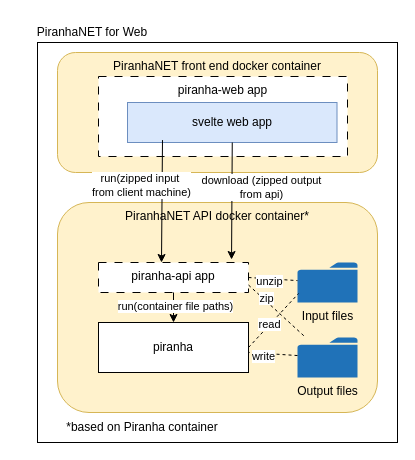
This is diagrams/PiranhaNET Web architecture.drawio.xml from polio-nanopore/piranhaNET, a draw.io file, before an edit. Source tidied: cells renumbered, new cells numbered last; positions are measured from the earlier drawing's top-left corner, leaving out a move shared by most shapes. Both pictures are drawn from the tidied source at 100%, with x=0, y=0 at pixel (17, 17).
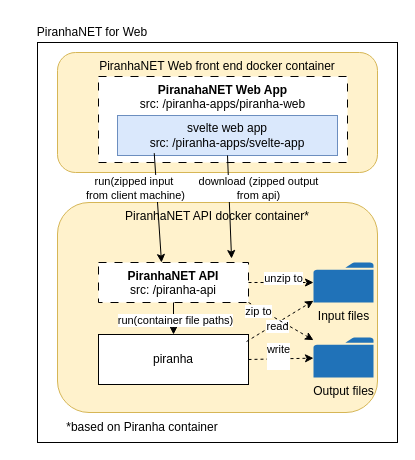
Above is the later version.

Commit message (it also covers changes not shown here):
updates to architecture diagrams and explanation

Unchanged cells that the change refers to:
```xml
<mxCell id="12" style="endArrow=classic;html=1;rounded=0;defaultLabelBackgroundColor=page;exitX=0.5;exitY=1;exitDx=0;exitDy=0;entryX=0.5;entryY=0;entryDx=0;entryDy=0;" parent="1" edge="1" source="8" target="9">
  <mxGeometry relative="1" as="geometry" />
</mxCell>
<mxCell id="22" style="endArrow=classic;html=1;rounded=0;defaultLabelBackgroundColor=page;exitX=0.167;exitY=0.94;exitDx=0;exitDy=0;entryX=0.42;entryY=0;entryDx=0;entryDy=0;entryPerimeter=0;exitPerimeter=0;" parent="1" edge="1" source="7" target="8">
  <mxGeometry relative="1" as="geometry" />
</mxCell>
<mxCell id="24" style="endArrow=classic;html=1;rounded=0;defaultLabelBackgroundColor=page;exitX=0.5;exitY=1;exitDx=0;exitDy=0;entryX=0.887;entryY=-0.1;entryDx=0;entryDy=0;entryPerimeter=0;" parent="1" edge="1" source="7" target="8">
  <mxGeometry relative="1" as="geometry" />
</mxCell>
```

Change to the diagram source:
```diff
@@
-    <mxCell id="4" value="PiranhaNET front end docker container" style="rounded=1;whiteSpace=wrap;html=1;fillColor=#fff2cc;strokeColor=#d6b656;verticalAlign=top;" parent="1" vertex="1">
+    <mxCell id="4" value="PiranhaNET Web front end docker container" style="rounded=1;whiteSpace=wrap;html=1;fillColor=#fff2cc;strokeColor=#d6b656;verticalAlign=top;" parent="1" vertex="1">
       <mxGeometry x="40" y="35" width="320" height="120" as="geometry" />
     </mxCell>
@@
-    <mxCell id="6" value="piranha-web app" style="rounded=0;whiteSpace=wrap;html=1;dashed=1;dashPattern=8 8;verticalAlign=top;" parent="1" vertex="1">
-      <mxGeometry x="81" y="59" width="249" height="80" as="geometry" />
+    <mxCell id="6" value="&lt;div&gt;&lt;b&gt;PiranahaNET Web App&lt;/b&gt;&lt;/div&gt;src: /piranha-apps/piranha-web" style="rounded=0;whiteSpace=wrap;html=1;dashed=1;dashPattern=8 8;verticalAlign=top;" parent="1" vertex="1">
+      <mxGeometry x="81" y="59" width="249" height="86" as="geometry" />
     </mxCell>
-    <mxCell id="7" value="svelte web app" style="rounded=0;whiteSpace=wrap;html=1;fillColor=#dae8fc;strokeColor=#6c8ebf;" parent="1" vertex="1">
-      <mxGeometry x="110" y="85" width="209.5" height="40" as="geometry" />
+    <mxCell id="7" value="&lt;div&gt;svelte web app&lt;/div&gt;&lt;div&gt;src: /piranha-apps/svelte-app&lt;/div&gt;" style="rounded=0;whiteSpace=wrap;html=1;fillColor=#dae8fc;strokeColor=#6c8ebf;" parent="1" vertex="1">
+      <mxGeometry x="100" y="98" width="220" height="40" as="geometry" />
     </mxCell>
-    <mxCell id="8" value="piranha-api app" style="rounded=0;whiteSpace=wrap;html=1;dashed=1;dashPattern=8 8;verticalAlign=top;" parent="1" vertex="1">
-      <mxGeometry x="81" y="245" width="150" height="30" as="geometry" />
+    <mxCell id="8" value="&lt;div&gt;&lt;b&gt;PiranhaNET API&lt;/b&gt;&lt;/div&gt;&lt;div&gt;src: /piranha-api&lt;/div&gt;" style="rounded=0;whiteSpace=wrap;html=1;dashed=1;dashPattern=8 8;verticalAlign=top;" parent="1" vertex="1">
+      <mxGeometry x="81" y="245" width="150" height="40" as="geometry" />
     </mxCell>
     <mxCell id="9" value="piranha" style="rounded=0;whiteSpace=wrap;html=1;" parent="1" vertex="1">
-      <mxGeometry x="81" y="305" width="150" height="50" as="geometry" />
+      <mxGeometry x="81" y="317" width="150" height="50" as="geometry" />
     </mxCell>
     <mxCell id="10" value="Output files" style="sketch=0;shadow=0;dashed=0;html=1;strokeColor=none;labelPosition=center;verticalLabelPosition=bottom;verticalAlign=top;outlineConnect=0;align=center;shape=mxgraph.office.concepts.folder;fillColor=#2072B8;" parent="1" vertex="1">
-      <mxGeometry x="280" y="320" width="60" height="40" as="geometry" />
+      <mxGeometry x="296" y="320" width="60" height="40" as="geometry" />
     </mxCell>
     <mxCell id="11" value="Input files" style="sketch=0;shadow=0;dashed=0;html=1;strokeColor=none;labelPosition=center;verticalLabelPosition=bottom;verticalAlign=top;outlineConnect=0;align=center;shape=mxgraph.office.concepts.folder;fillColor=#2072B8;" parent="1" vertex="1">
-      <mxGeometry x="280" y="245" width="60" height="40" as="geometry" />
+      <mxGeometry x="296" y="245" width="60" height="40" as="geometry" />
     </mxCell>
@@
     <mxCell id="13" value="run(container file paths)" style="edgeLabel;html=1;align=center;verticalAlign=middle;inheritText=1;defaultLabelBackgroundColor=page;" parent="12" vertex="1">
-      <mxGeometry x="-0.13" y="1" relative="1" as="geometry" />
+      <mxGeometry x="-0.13" y="1" relative="1" as="geometry">
+        <mxPoint y="3" as="offset" />
+      </mxGeometry>
     </mxCell>
-    <mxCell id="14" style="endArrow=none;dashed=1;html=1;rounded=0;defaultLabelBackgroundColor=page;exitX=1;exitY=0.5;exitDx=0;exitDy=0;" parent="1" edge="1" source="8" target="11">
-      <mxGeometry relative="1" as="geometry" />
-    </mxCell>
-    <mxCell id="15" value="unzip" style="edgeLabel;html=1;align=center;verticalAlign=middle;inheritText=1;defaultLabelBackgroundColor=page;" parent="14" vertex="1">
-      <mxGeometry x="-0.14" y="-2" relative="1" as="geometry" />
-    </mxCell>
-    <mxCell id="16" style="endArrow=none;dashed=1;html=1;rounded=0;defaultLabelBackgroundColor=page;exitX=1;exitY=0.75;exitDx=0;exitDy=0;" parent="1" edge="1" source="8" target="10">
-      <mxGeometry relative="1" as="geometry" />
-    </mxCell>
-    <mxCell id="17" value="zip" style="edgeLabel;html=1;align=center;verticalAlign=middle;inheritText=1;defaultLabelBackgroundColor=page;" parent="16" vertex="1">
-      <mxGeometry x="-0.44" y="2" relative="1" as="geometry" />
-    </mxCell>
-    <mxCell id="18" style="endArrow=none;dashed=1;html=1;rounded=0;defaultLabelBackgroundColor=page;entryX=0.017;entryY=0.775;entryDx=0;entryDy=0;entryPerimeter=0;exitX=1;exitY=0.5;exitDx=0;exitDy=0;" parent="1" edge="1" source="9" target="11">
-      <mxGeometry relative="1" as="geometry" />
-    </mxCell>
-    <mxCell id="19" value="read" style="edgeLabel;html=1;align=center;verticalAlign=middle;inheritText=1;defaultLabelBackgroundColor=page;" parent="18" vertex="1">
-      <mxGeometry x="-0.17" y="1" relative="1" as="geometry" />
-    </mxCell>
-    <mxCell id="20" style="endArrow=none;dashed=1;html=1;rounded=0;defaultLabelBackgroundColor=page;" parent="1" edge="1" source="10" target="9">
-      <mxGeometry relative="1" as="geometry" />
-    </mxCell>
-    <mxCell id="21" value="write" style="edgeLabel;html=1;align=center;verticalAlign=middle;inheritText=1;defaultLabelBackgroundColor=page;" parent="20" vertex="1">
-      <mxGeometry x="0.38" y="3" relative="1" as="geometry" />
-    </mxCell>
@@
     <mxCell id="23" value="&lt;div&gt;run(zipped input&amp;nbsp;&lt;/div&gt;&lt;div&gt;from client machine)&lt;/div&gt;" style="edgeLabel;html=1;align=center;verticalAlign=middle;inheritText=1;defaultLabelBackgroundColor=page;" parent="22" vertex="1">
       <mxGeometry x="-0.58" relative="1" as="geometry">
-        <mxPoint x="-21" y="19" as="offset" />
+        <mxPoint x="-21" y="12" as="offset" />
       </mxGeometry>
     </mxCell>
@@
     <mxCell id="25" value="&lt;div&gt;download (zipped output&lt;/div&gt;&lt;div&gt;from api)&lt;/div&gt;" style="edgeLabel;html=1;align=center;verticalAlign=middle;inheritText=1;defaultLabelBackgroundColor=page;" parent="24" vertex="1">
       <mxGeometry x="-0.27" y="-1" relative="1" as="geometry">
-        <mxPoint x="30" y="2" as="offset" />
+        <mxPoint x="30" y="-6" as="offset" />
       </mxGeometry>
     </mxCell>
@@
+    <mxCell id="18" style="endArrow=classic;html=1;rounded=0;defaultLabelBackgroundColor=page;exitX=0.987;exitY=0.14;exitDx=0;exitDy=0;exitPerimeter=0;dashed=1;" parent="1" edge="1" source="9" target="11">
+      <mxGeometry relative="1" as="geometry" />
+    </mxCell>
+    <mxCell id="19" value="read" style="edgeLabel;html=1;align=center;verticalAlign=middle;inheritText=1;defaultLabelBackgroundColor=page;" parent="18" vertex="1">
+      <mxGeometry x="-0.13" y="-3" relative="1" as="geometry" />
+    </mxCell>
+    <mxCell id="27" style="endArrow=classic;html=1;rounded=0;defaultLabelBackgroundColor=page;exitX=1;exitY=0.5;exitDx=0;exitDy=0;dashed=1;" parent="1" edge="1" source="9" target="10">
+      <mxGeometry relative="1" as="geometry" />
+    </mxCell>
+    <mxCell id="21" value="&lt;div&gt;write&lt;/div&gt;&lt;div&gt;&lt;br&gt;&lt;/div&gt;" style="edgeLabel;html=1;align=center;verticalAlign=middle;inheritText=1;defaultLabelBackgroundColor=page;" parent="27" vertex="1">
+      <mxGeometry x="-0.08" y="3" relative="1" as="geometry" />
+    </mxCell>
+    <mxCell id="16" style="endArrow=classic;html=1;rounded=0;defaultLabelBackgroundColor=page;exitX=1;exitY=1;exitDx=0;exitDy=0;dashed=1;" parent="1" edge="1" source="8" target="10">
+      <mxGeometry relative="1" as="geometry" />
+    </mxCell>
+    <mxCell id="28" value="zip to" style="edgeLabel;html=1;align=center;verticalAlign=middle;inheritText=1;defaultLabelBackgroundColor=page;" parent="16" vertex="1">
+      <mxGeometry x="-0.44" y="-2" relative="1" as="geometry">
+        <mxPoint x="-8" y="-4" as="offset" />
+      </mxGeometry>
+    </mxCell>
+    <mxCell id="14" style="endArrow=classic;html=1;rounded=0;defaultLabelBackgroundColor=page;exitX=1;exitY=0.5;exitDx=0;exitDy=0;dashed=1;" parent="1" edge="1" source="8" target="11">
+      <mxGeometry relative="1" as="geometry" />
+    </mxCell>
+    <mxCell id="29" value="unzip to" style="edgeLabel;html=1;align=center;verticalAlign=middle;inheritText=1;defaultLabelBackgroundColor=page;" parent="14" vertex="1">
+      <mxGeometry x="0.05" y="5" relative="1" as="geometry" />
+    </mxCell>
```
